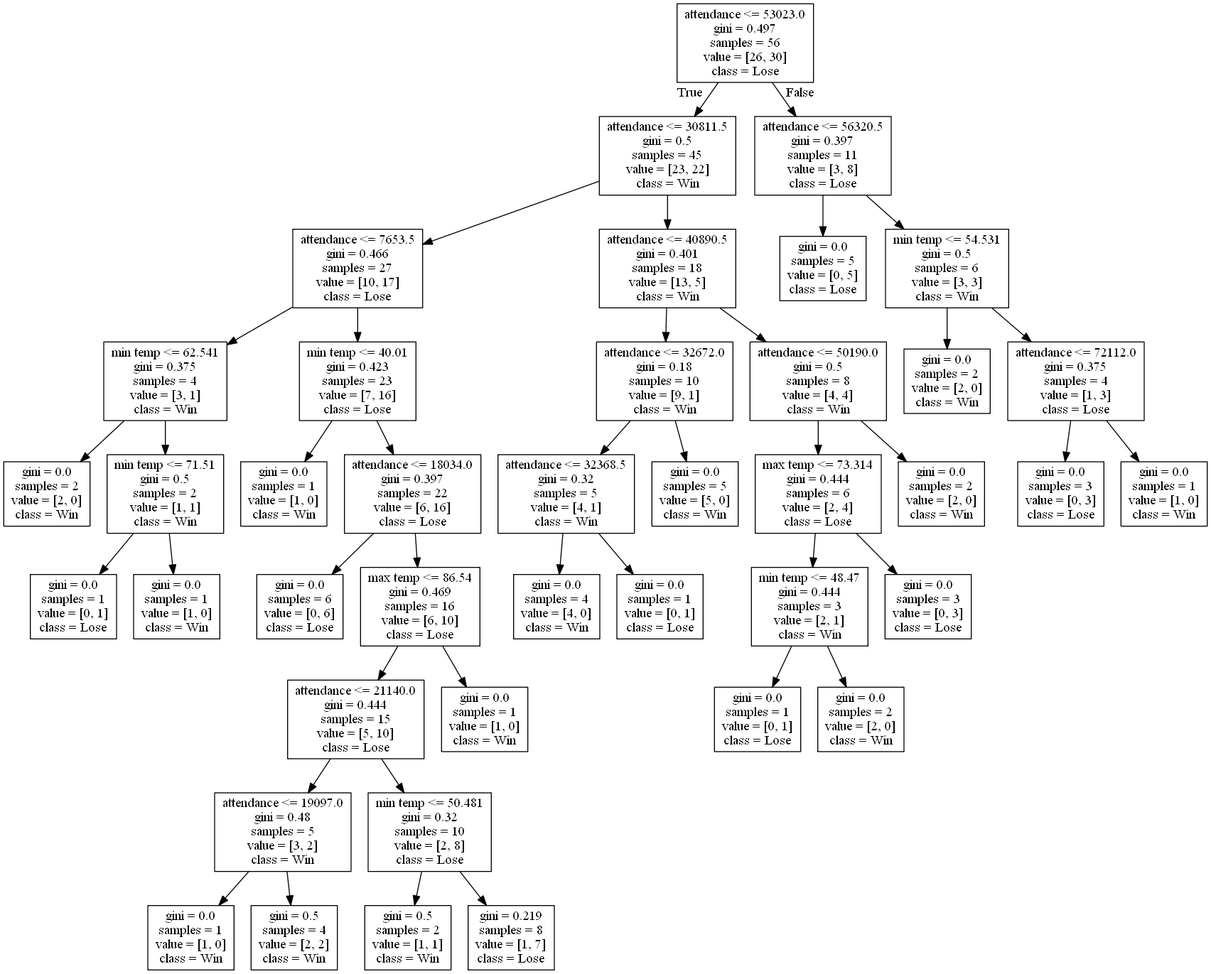
alexana-steck/CSE482Project keeps this Graphviz diagram as DecisionTrees/decision_tree_no_score6.png. Above is the earlier version. Its source is kept beside it as DecisionTrees/decision_tree_no_score6.dot. Its diagram source:
```dot
digraph Tree {
node [shape=box] ;
0 [label="attendance <= 53023.0\ngini = 0.497\nsamples = 56\nvalue = [26, 30]\nclass = Lose"] ;
1 [label="attendance <= 30811.5\ngini = 0.5\nsamples = 45\nvalue = [23, 22]\nclass = Win"] ;
0 -> 1 [labeldistance=2.5, labelangle=45, headlabel="True"] ;
2 [label="attendance <= 7653.5\ngini = 0.466\nsamples = 27\nvalue = [10, 17]\nclass = Lose"] ;
1 -> 2 ;
3 [label="min temp <= 62.541\ngini = 0.375\nsamples = 4\nvalue = [3, 1]\nclass = Win"] ;
2 -> 3 ;
4 [label="gini = 0.0\nsamples = 2\nvalue = [2, 0]\nclass = Win"] ;
3 -> 4 ;
5 [label="min temp <= 71.51\ngini = 0.5\nsamples = 2\nvalue = [1, 1]\nclass = Win"] ;
3 -> 5 ;
6 [label="gini = 0.0\nsamples = 1\nvalue = [0, 1]\nclass = Lose"] ;
5 -> 6 ;
7 [label="gini = 0.0\nsamples = 1\nvalue = [1, 0]\nclass = Win"] ;
5 -> 7 ;
8 [label="min temp <= 40.01\ngini = 0.423\nsamples = 23\nvalue = [7, 16]\nclass = Lose"] ;
2 -> 8 ;
9 [label="gini = 0.0\nsamples = 1\nvalue = [1, 0]\nclass = Win"] ;
8 -> 9 ;
10 [label="attendance <= 18034.0\ngini = 0.397\nsamples = 22\nvalue = [6, 16]\nclass = Lose"] ;
8 -> 10 ;
11 [label="gini = 0.0\nsamples = 6\nvalue = [0, 6]\nclass = Lose"] ;
10 -> 11 ;
12 [label="max temp <= 86.54\ngini = 0.469\nsamples = 16\nvalue = [6, 10]\nclass = Lose"] ;
10 -> 12 ;
13 [label="attendance <= 21140.0\ngini = 0.444\nsamples = 15\nvalue = [5, 10]\nclass = Lose"] ;
12 -> 13 ;
14 [label="attendance <= 19097.0\ngini = 0.48\nsamples = 5\nvalue = [3, 2]\nclass = Win"] ;
13 -> 14 ;
15 [label="gini = 0.0\nsamples = 1\nvalue = [1, 0]\nclass = Win"] ;
14 -> 15 ;
16 [label="gini = 0.5\nsamples = 4\nvalue = [2, 2]\nclass = Win"] ;
14 -> 16 ;
17 [label="min temp <= 50.481\ngini = 0.32\nsamples = 10\nvalue = [2, 8]\nclass = Lose"] ;
13 -> 17 ;
18 [label="gini = 0.5\nsamples = 2\nvalue = [1, 1]\nclass = Win"] ;
17 -> 18 ;
19 [label="gini = 0.219\nsamples = 8\nvalue = [1, 7]\nclass = Lose"] ;
17 -> 19 ;
20 [label="gini = 0.0\nsamples = 1\nvalue = [1, 0]\nclass = Win"] ;
12 -> 20 ;
21 [label="attendance <= 40890.5\ngini = 0.401\nsamples = 18\nvalue = [13, 5]\nclass = Win"] ;
1 -> 21 ;
22 [label="attendance <= 32672.0\ngini = 0.18\nsamples = 10\nvalue = [9, 1]\nclass = Win"] ;
21 -> 22 ;
23 [label="attendance <= 32368.5\ngini = 0.32\nsamples = 5\nvalue = [4, 1]\nclass = Win"] ;
22 -> 23 ;
24 [label="gini = 0.0\nsamples = 4\nvalue = [4, 0]\nclass = Win"] ;
23 -> 24 ;
25 [label="gini = 0.0\nsamples = 1\nvalue = [0, 1]\nclass = Lose"] ;
23 -> 25 ;
26 [label="gini = 0.0\nsamples = 5\nvalue = [5, 0]\nclass = Win"] ;
22 -> 26 ;
27 [label="attendance <= 50190.0\ngini = 0.5\nsamples = 8\nvalue = [4, 4]\nclass = Win"] ;
21 -> 27 ;
28 [label="max temp <= 73.314\ngini = 0.444\nsamples = 6\nvalue = [2, 4]\nclass = Lose"] ;
27 -> 28 ;
29 [label="min temp <= 48.47\ngini = 0.444\nsamples = 3\nvalue = [2, 1]\nclass = Win"] ;
28 -> 29 ;
30 [label="gini = 0.0\nsamples = 1\nvalue = [0, 1]\nclass = Lose"] ;
29 -> 30 ;
31 [label="gini = 0.0\nsamples = 2\nvalue = [2, 0]\nclass = Win"] ;
29 -> 31 ;
32 [label="gini = 0.0\nsamples = 3\nvalue = [0, 3]\nclass = Lose"] ;
28 -> 32 ;
33 [label="gini = 0.0\nsamples = 2\nvalue = [2, 0]\nclass = Win"] ;
27 -> 33 ;
34 [label="attendance <= 56320.5\ngini = 0.397\nsamples = 11\nvalue = [3, 8]\nclass = Lose"] ;
0 -> 34 [labeldistance=2.5, labelangle=-45, headlabel="False"] ;
35 [label="gini = 0.0\nsamples = 5\nvalue = [0, 5]\nclass = Lose"] ;
34 -> 35 ;
36 [label="min temp <= 54.531\ngini = 0.5\nsamples = 6\nvalue = [3, 3]\nclass = Win"] ;
34 -> 36 ;
37 [label="gini = 0.0\nsamples = 2\nvalue = [2, 0]\nclass = Win"] ;
36 -> 37 ;
38 [label="attendance <= 72112.0\ngini = 0.375\nsamples = 4\nvalue = [1, 3]\nclass = Lose"] ;
36 -> 38 ;
39 [label="gini = 0.0\nsamples = 3\nvalue = [0, 3]\nclass = Lose"] ;
38 -> 39 ;
40 [label="gini = 0.0\nsamples = 1\nvalue = [1, 0]\nclass = Win"] ;
38 -> 40 ;
}
```
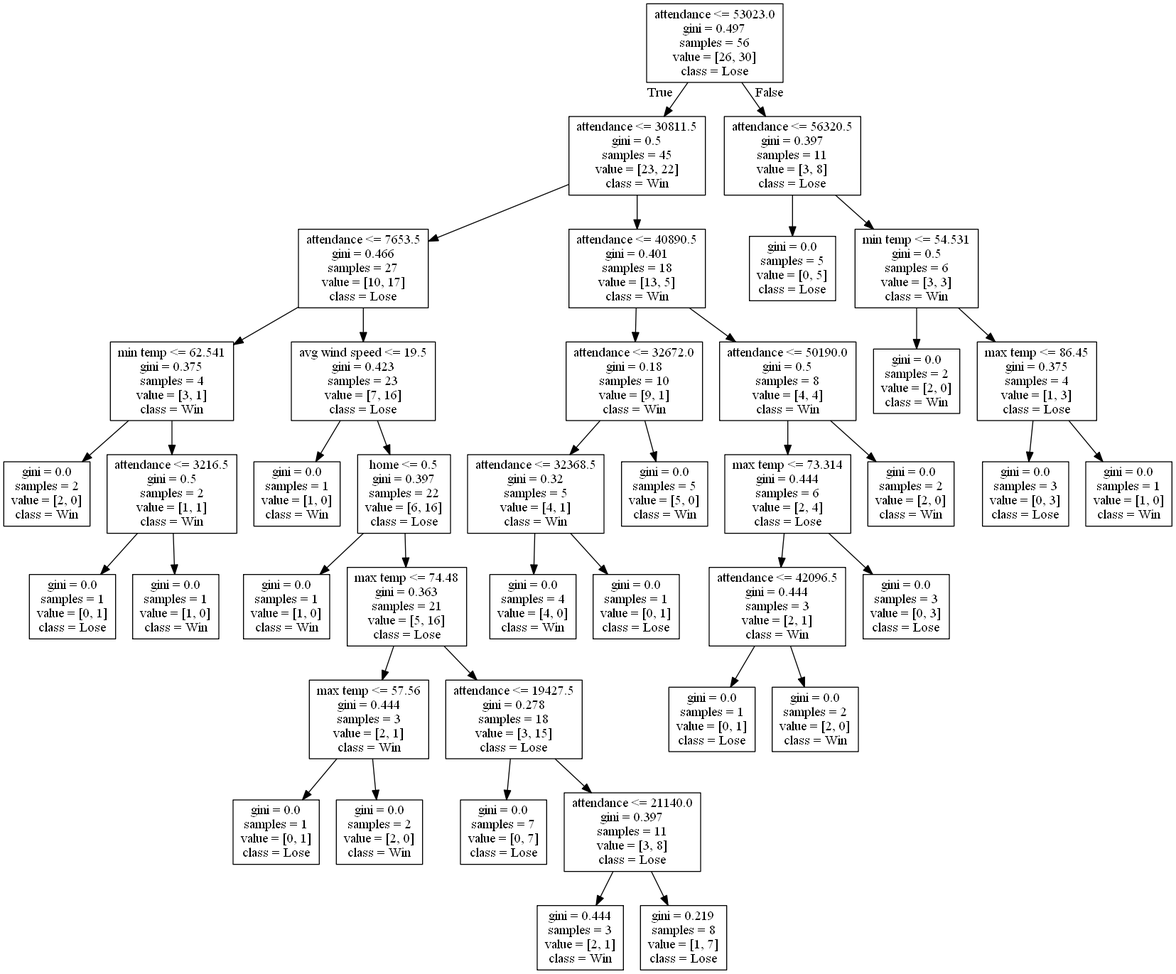
Above is the later version.

Change to the diagram source:
```diff
@@ -9,38 +9,38 @@
 2 -> 3 ;
 4 [label="gini = 0.0\nsamples = 2\nvalue = [2, 0]\nclass = Win"] ;
 3 -> 4 ;
-5 [label="min temp <= 71.51\ngini = 0.5\nsamples = 2\nvalue = [1, 1]\nclass = Win"] ;
+5 [label="attendance <= 3216.5\ngini = 0.5\nsamples = 2\nvalue = [1, 1]\nclass = Win"] ;
 3 -> 5 ;
 6 [label="gini = 0.0\nsamples = 1\nvalue = [0, 1]\nclass = Lose"] ;
 5 -> 6 ;
 7 [label="gini = 0.0\nsamples = 1\nvalue = [1, 0]\nclass = Win"] ;
 5 -> 7 ;
-8 [label="min temp <= 40.01\ngini = 0.423\nsamples = 23\nvalue = [7, 16]\nclass = Lose"] ;
+8 [label="avg wind speed <= 19.5\ngini = 0.423\nsamples = 23\nvalue = [7, 16]\nclass = Lose"] ;
 2 -> 8 ;
 9 [label="gini = 0.0\nsamples = 1\nvalue = [1, 0]\nclass = Win"] ;
 8 -> 9 ;
-10 [label="attendance <= 18034.0\ngini = 0.397\nsamples = 22\nvalue = [6, 16]\nclass = Lose"] ;
+10 [label="home <= 0.5\ngini = 0.397\nsamples = 22\nvalue = [6, 16]\nclass = Lose"] ;
 8 -> 10 ;
-11 [label="gini = 0.0\nsamples = 6\nvalue = [0, 6]\nclass = Lose"] ;
+11 [label="gini = 0.0\nsamples = 1\nvalue = [1, 0]\nclass = Win"] ;
 10 -> 11 ;
-12 [label="max temp <= 86.54\ngini = 0.469\nsamples = 16\nvalue = [6, 10]\nclass = Lose"] ;
+12 [label="max temp <= 74.48\ngini = 0.363\nsamples = 21\nvalue = [5, 16]\nclass = Lose"] ;
 10 -> 12 ;
-13 [label="attendance <= 21140.0\ngini = 0.444\nsamples = 15\nvalue = [5, 10]\nclass = Lose"] ;
+13 [label="max temp <= 57.56\ngini = 0.444\nsamples = 3\nvalue = [2, 1]\nclass = Win"] ;
 12 -> 13 ;
-14 [label="attendance <= 19097.0\ngini = 0.48\nsamples = 5\nvalue = [3, 2]\nclass = Win"] ;
+14 [label="gini = 0.0\nsamples = 1\nvalue = [0, 1]\nclass = Lose"] ;
 13 -> 14 ;
-15 [label="gini = 0.0\nsamples = 1\nvalue = [1, 0]\nclass = Win"] ;
-14 -> 15 ;
-16 [label="gini = 0.5\nsamples = 4\nvalue = [2, 2]\nclass = Win"] ;
-14 -> 16 ;
-17 [label="min temp <= 50.481\ngini = 0.32\nsamples = 10\nvalue = [2, 8]\nclass = Lose"] ;
-13 -> 17 ;
-18 [label="gini = 0.5\nsamples = 2\nvalue = [1, 1]\nclass = Win"] ;
-17 -> 18 ;
-19 [label="gini = 0.219\nsamples = 8\nvalue = [1, 7]\nclass = Lose"] ;
-17 -> 19 ;
-20 [label="gini = 0.0\nsamples = 1\nvalue = [1, 0]\nclass = Win"] ;
-12 -> 20 ;
+15 [label="gini = 0.0\nsamples = 2\nvalue = [2, 0]\nclass = Win"] ;
+13 -> 15 ;
+16 [label="attendance <= 19427.5\ngini = 0.278\nsamples = 18\nvalue = [3, 15]\nclass = Lose"] ;
+12 -> 16 ;
+17 [label="gini = 0.0\nsamples = 7\nvalue = [0, 7]\nclass = Lose"] ;
+16 -> 17 ;
+18 [label="attendance <= 21140.0\ngini = 0.397\nsamples = 11\nvalue = [3, 8]\nclass = Lose"] ;
+16 -> 18 ;
+19 [label="gini = 0.444\nsamples = 3\nvalue = [2, 1]\nclass = Win"] ;
+18 -> 19 ;
+20 [label="gini = 0.219\nsamples = 8\nvalue = [1, 7]\nclass = Lose"] ;
+18 -> 20 ;
 21 [label="attendance <= 40890.5\ngini = 0.401\nsamples = 18\nvalue = [13, 5]\nclass = Win"] ;
 1 -> 21 ;
 22 [label="attendance <= 32672.0\ngini = 0.18\nsamples = 10\nvalue = [9, 1]\nclass = Win"] ;
@@ -57,7 +57,7 @@
 21 -> 27 ;
 28 [label="max temp <= 73.314\ngini = 0.444\nsamples = 6\nvalue = [2, 4]\nclass = Lose"] ;
 27 -> 28 ;
-29 [label="min temp <= 48.47\ngini = 0.444\nsamples = 3\nvalue = [2, 1]\nclass = Win"] ;
+29 [label="attendance <= 42096.5\ngini = 0.444\nsamples = 3\nvalue = [2, 1]\nclass = Win"] ;
 28 -> 29 ;
 30 [label="gini = 0.0\nsamples = 1\nvalue = [0, 1]\nclass = Lose"] ;
 29 -> 30 ;
@@ -75,7 +75,7 @@
 34 -> 36 ;
 37 [label="gini = 0.0\nsamples = 2\nvalue = [2, 0]\nclass = Win"] ;
 36 -> 37 ;
-38 [label="attendance <= 72112.0\ngini = 0.375\nsamples = 4\nvalue = [1, 3]\nclass = Lose"] ;
+38 [label="max temp <= 86.45\ngini = 0.375\nsamples = 4\nvalue = [1, 3]\nclass = Lose"] ;
 36 -> 38 ;
 39 [label="gini = 0.0\nsamples = 3\nvalue = [0, 3]\nclass = Lose"] ;
 38 -> 39 ;
```
